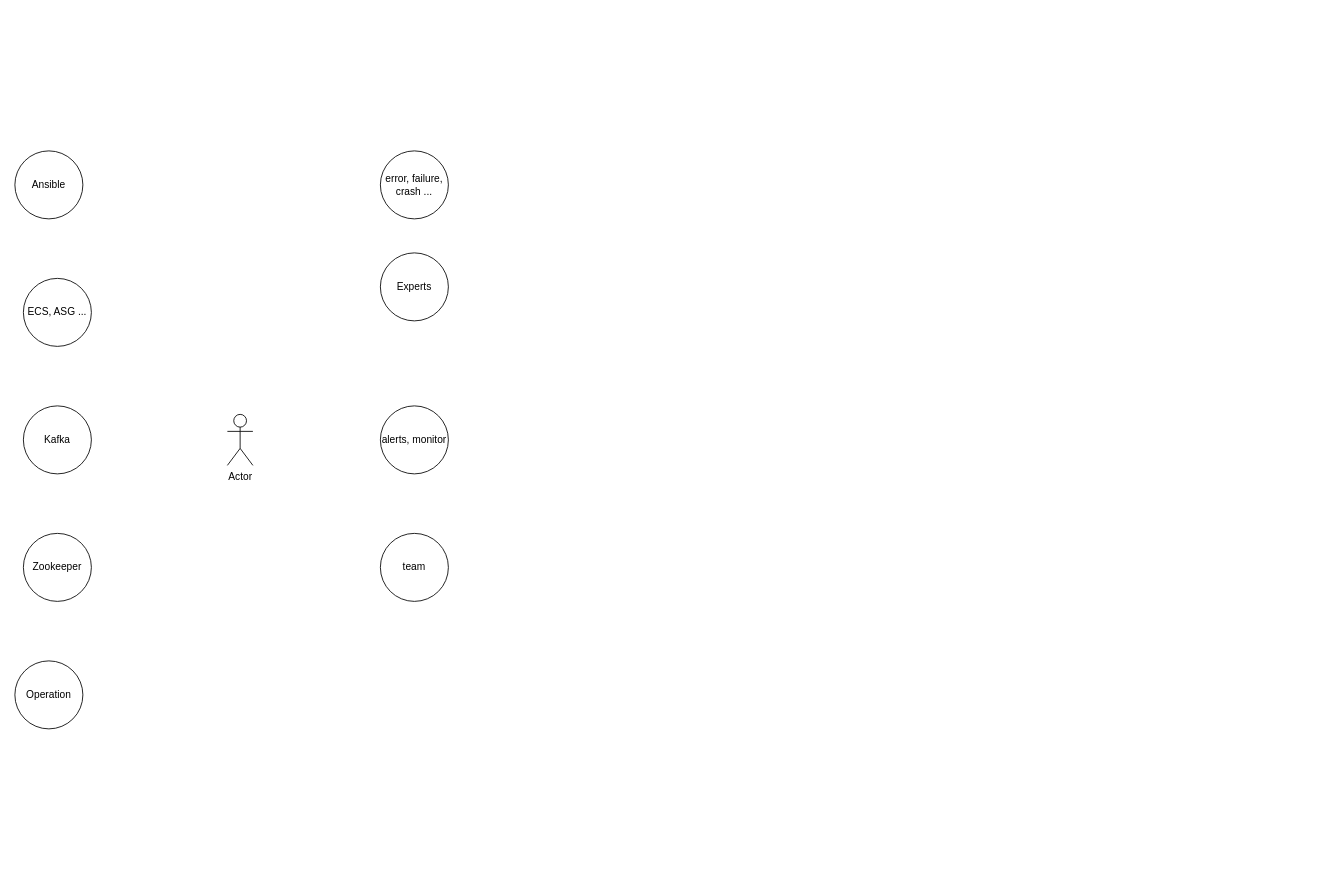
Before: kafka_hell.drawio in jiangtao7/draw.io, a draw.io diagram. Source tidied: cells renumbered, new cells numbered last; positions are measured from the earlier drawing's top-left corner, leaving out a move shared by most shapes. Both pictures are drawn from the tidied source at 85%, with x=0, y=0 at pixel (14, 150). Pictures stored in the file or linked from it are replaced by grey dashed boxes.
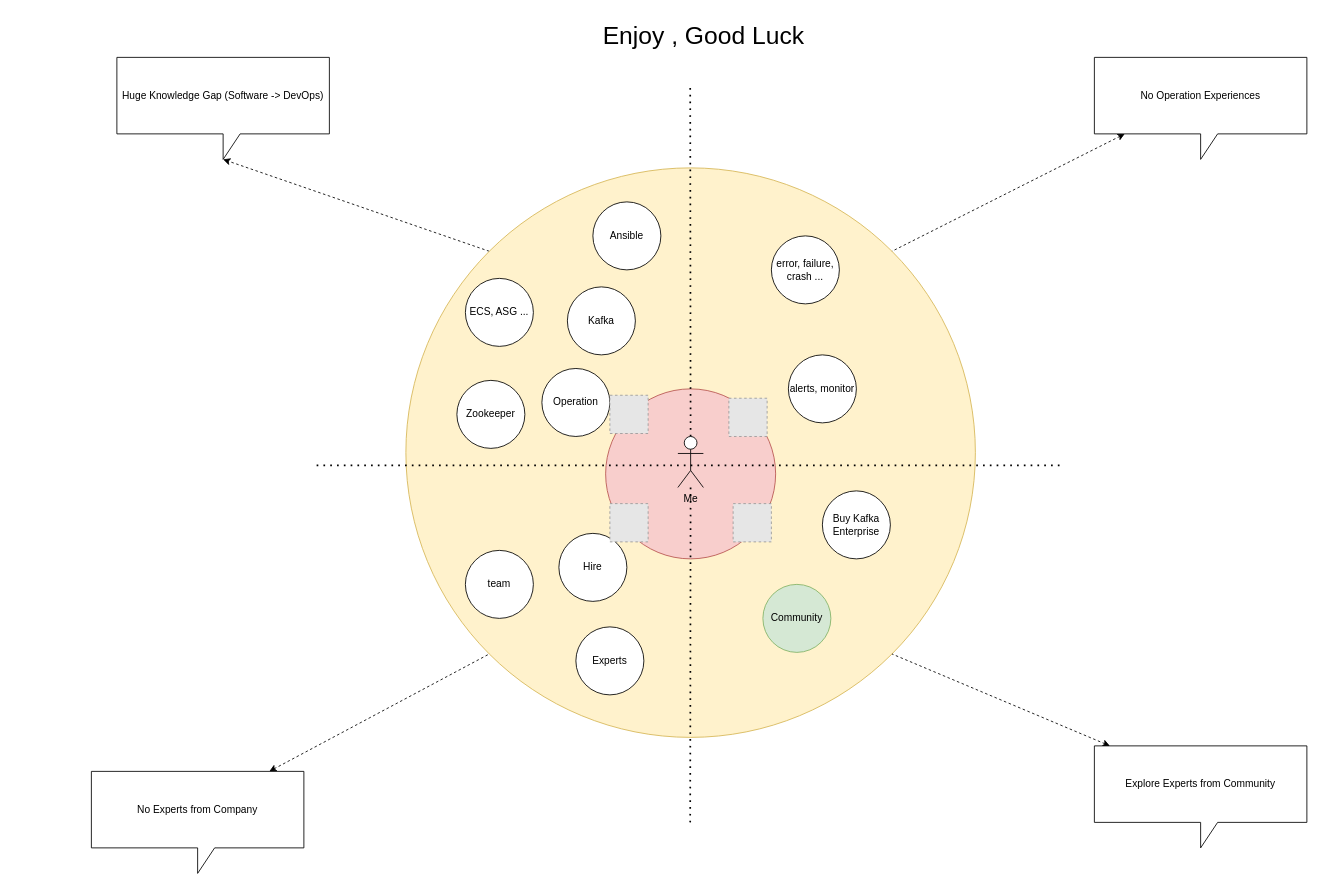
The same page after the edit.

What changed in the source:
```diff
@@
-    <mxCell id="2" value="Actor" style="shape=umlActor;verticalLabelPosition=bottom;verticalAlign=top;html=1;outlineConnect=0;" parent="1" vertex="1">
-      <mxGeometry x="250" y="310" width="30" height="60" as="geometry" />
-    </mxCell>
+    <mxCell id="12" style="rounded=0;jettySize=auto;html=1;exitX=0;exitY=0;exitDx=0;exitDy=0;entryX=0;entryY=0;entryDx=125;entryDy=120;entryPerimeter=0;dashed=1;startArrow=none;startFill=0;endArrow=classic;endFill=1;" parent="1" edge="1" source="13" target="19">
+      <mxGeometry relative="1" as="geometry" />
+    </mxCell>
+    <mxCell id="13" style="ellipse;whiteSpace=wrap;html=1;fillColor=#fff2cc;strokeColor=#d6b656;" parent="1" vertex="1">
+      <mxGeometry x="460" y="20" width="670" height="670" as="geometry" />
+    </mxCell>
+    <mxCell id="14" style="ellipse;whiteSpace=wrap;html=1;fillColor=#f8cecc;strokeColor=#b85450;" parent="1" vertex="1">
+      <mxGeometry x="695" y="280" width="200" height="200" as="geometry" />
+    </mxCell>
     <mxCell id="3" value="Ansible" style="ellipse;whiteSpace=wrap;html=1;" parent="1" vertex="1">
-      <mxGeometry width="80" height="80" as="geometry" />
+      <mxGeometry x="680" y="60" width="80" height="80" as="geometry" />
     </mxCell>
     <mxCell id="4" value="ECS, ASG ..." style="ellipse;whiteSpace=wrap;html=1;" parent="1" vertex="1">
-      <mxGeometry x="10" y="150" width="80" height="80" as="geometry" />
+      <mxGeometry x="530" y="150" width="80" height="80" as="geometry" />
     </mxCell>
     <mxCell id="5" value="Kafka" style="ellipse;whiteSpace=wrap;html=1;" parent="1" vertex="1">
-      <mxGeometry x="10" y="300" width="80" height="80" as="geometry" />
+      <mxGeometry x="650" y="160" width="80" height="80" as="geometry" />
     </mxCell>
     <mxCell id="6" value="Zookeeper" style="ellipse;whiteSpace=wrap;html=1;" parent="1" vertex="1">
-      <mxGeometry x="10" y="450" width="80" height="80" as="geometry" />
+      <mxGeometry x="520" y="270" width="80" height="80" as="geometry" />
     </mxCell>
     <mxCell id="7" value="Operation" style="ellipse;whiteSpace=wrap;html=1;" parent="1" vertex="1">
-      <mxGeometry y="600" width="80" height="80" as="geometry" />
+      <mxGeometry x="620" y="256" width="80" height="80" as="geometry" />
     </mxCell>
     <mxCell id="8" value="error, failure, crash ..." style="ellipse;whiteSpace=wrap;html=1;" parent="1" vertex="1">
-      <mxGeometry x="430" width="80" height="80" as="geometry" />
+      <mxGeometry x="890" y="100" width="80" height="80" as="geometry" />
     </mxCell>
     <mxCell id="9" value="Experts" style="ellipse;whiteSpace=wrap;html=1;" parent="1" vertex="1">
-      <mxGeometry x="430" y="120" width="80" height="80" as="geometry" />
+      <mxGeometry x="660" y="560" width="80" height="80" as="geometry" />
     </mxCell>
     <mxCell id="10" value="alerts, monitor" style="ellipse;whiteSpace=wrap;html=1;" parent="1" vertex="1">
-      <mxGeometry x="430" y="300" width="80" height="80" as="geometry" />
+      <mxGeometry x="910" y="240" width="80" height="80" as="geometry" />
     </mxCell>
     <mxCell id="11" value="team" style="ellipse;whiteSpace=wrap;html=1;" parent="1" vertex="1">
-      <mxGeometry x="430" y="450" width="80" height="80" as="geometry" />
+      <mxGeometry x="530" y="470" width="80" height="80" as="geometry" />
     </mxCell>
+    <mxCell id="15" value="Hire" style="ellipse;whiteSpace=wrap;html=1;" parent="1" vertex="1">
+      <mxGeometry x="640" y="450" width="80" height="80" as="geometry" />
+    </mxCell>
+    <mxCell id="16" value="Community" style="ellipse;whiteSpace=wrap;html=1;fillColor=#d5e8d4;strokeColor=#82b366;" parent="1" vertex="1">
+      <mxGeometry x="880" y="510" width="80" height="80" as="geometry" />
+    </mxCell>
+    <mxCell id="17" style="endArrow=none;dashed=1;html=1;dashPattern=1 3;strokeWidth=2;rounded=0;" parent="1" edge="1">
+      <mxGeometry relative="1" as="geometry">
+        <mxPoint x="355" y="370" as="sourcePoint" />
+        <mxPoint x="1235" y="370" as="targetPoint" />
+      </mxGeometry>
+    </mxCell>
+    <mxCell id="18" style="endArrow=none;dashed=1;html=1;dashPattern=1 3;strokeWidth=2;rounded=0;startArrow=none;" parent="1" edge="1" source="2">
+      <mxGeometry relative="1" as="geometry">
+        <mxPoint x="794.5" y="-80" as="targetPoint" />
+      </mxGeometry>
+    </mxCell>
+    <mxCell id="19" value="Huge Knowledge Gap (Software -&amp;gt; DevOps)" style="shape=callout;whiteSpace=wrap;html=1;perimeter=calloutPerimeter;" parent="1" vertex="1">
+      <mxGeometry x="120" y="-110" width="250" height="120" as="geometry" />
+    </mxCell>
+    <mxCell id="20" style="rounded=0;jettySize=auto;html=1;entryX=0;entryY=1;entryDx=0;entryDy=0;dashed=1;startArrow=classic;startFill=1;endArrow=none;endFill=0;" parent="1" edge="1" source="21" target="13">
+      <mxGeometry relative="1" as="geometry" />
+    </mxCell>
+    <mxCell id="21" value="No Experts from Company" style="shape=callout;whiteSpace=wrap;html=1;perimeter=calloutPerimeter;" parent="1" vertex="1">
+      <mxGeometry x="90" y="730" width="250" height="120" as="geometry" />
+    </mxCell>
+    <mxCell id="22" style="rounded=0;jettySize=auto;html=1;entryX=1;entryY=0;entryDx=0;entryDy=0;dashed=1;startArrow=classic;startFill=1;endArrow=none;endFill=0;" parent="1" edge="1" source="23" target="13">
+      <mxGeometry relative="1" as="geometry" />
+    </mxCell>
+    <mxCell id="23" value="No Operation Experiences" style="shape=callout;whiteSpace=wrap;html=1;perimeter=calloutPerimeter;" parent="1" vertex="1">
+      <mxGeometry x="1270" y="-110" width="250" height="120" as="geometry" />
+    </mxCell>
+    <mxCell id="24" style="rounded=0;jettySize=auto;html=1;entryX=1;entryY=1;entryDx=0;entryDy=0;dashed=1;startArrow=classic;startFill=1;endArrow=none;endFill=0;" parent="1" edge="1" source="25" target="13">
+      <mxGeometry relative="1" as="geometry" />
+    </mxCell>
+    <mxCell id="25" value="Explore Experts from Community" style="shape=callout;whiteSpace=wrap;html=1;perimeter=calloutPerimeter;" parent="1" vertex="1">
+      <mxGeometry x="1270" y="700" width="250" height="120" as="geometry" />
+    </mxCell>
+    <mxCell id="26" style="fillColor=#E6E6E6;strokeColor=#999999;dashed=1;html=1;verticalAlign=top;verticalLabelPosition=bottom;labelBackgroundColor=#ffffff;" parent="1" vertex="1">
+      <mxGeometry x="700" y="415" width="45" height="45" as="geometry" />
+    </mxCell>
+    <mxCell id="27" style="fillColor=#E6E6E6;strokeColor=#999999;dashed=1;html=1;verticalAlign=top;verticalLabelPosition=bottom;labelBackgroundColor=#ffffff;" parent="1" vertex="1">
+      <mxGeometry x="700" y="287.5" width="45" height="45" as="geometry" />
+    </mxCell>
+    <mxCell id="28" style="fillColor=#E6E6E6;strokeColor=#999999;dashed=1;html=1;verticalAlign=top;verticalLabelPosition=bottom;labelBackgroundColor=#ffffff;" parent="1" vertex="1">
+      <mxGeometry x="840" y="291" width="45" height="45" as="geometry" />
+    </mxCell>
+    <mxCell id="29" style="fillColor=#E6E6E6;strokeColor=#999999;dashed=1;html=1;verticalAlign=top;verticalLabelPosition=bottom;labelBackgroundColor=#ffffff;" parent="1" vertex="1">
+      <mxGeometry x="845" y="415" width="45" height="45" as="geometry" />
+    </mxCell>
+    <mxCell id="30" style="endArrow=none;dashed=1;html=1;dashPattern=1 3;strokeWidth=2;rounded=0;" parent="1" edge="1" target="2">
+      <mxGeometry relative="1" as="geometry">
+        <mxPoint x="794.5" y="790" as="sourcePoint" />
+      </mxGeometry>
+    </mxCell>
+    <mxCell id="2" value="Me" style="shape=umlActor;verticalLabelPosition=bottom;verticalAlign=top;html=1;outlineConnect=0;" parent="1" vertex="1">
+      <mxGeometry x="780" y="336" width="30" height="60" as="geometry" />
+    </mxCell>
+    <mxCell id="31" value="Enjoy , Good Luck" style="text;html=1;align=center;verticalAlign=middle;strokeColor=none;fillColor=none;fontSize=29;" parent="1" vertex="1">
+      <mxGeometry x="680" y="-160" width="260" height="50" as="geometry" />
+    </mxCell>
+    <mxCell id="32" value="Buy Kafka Enterprise" style="ellipse;whiteSpace=wrap;html=1;" parent="1" vertex="1">
+      <mxGeometry x="950" y="400" width="80" height="80" as="geometry" />
+    </mxCell>
```
